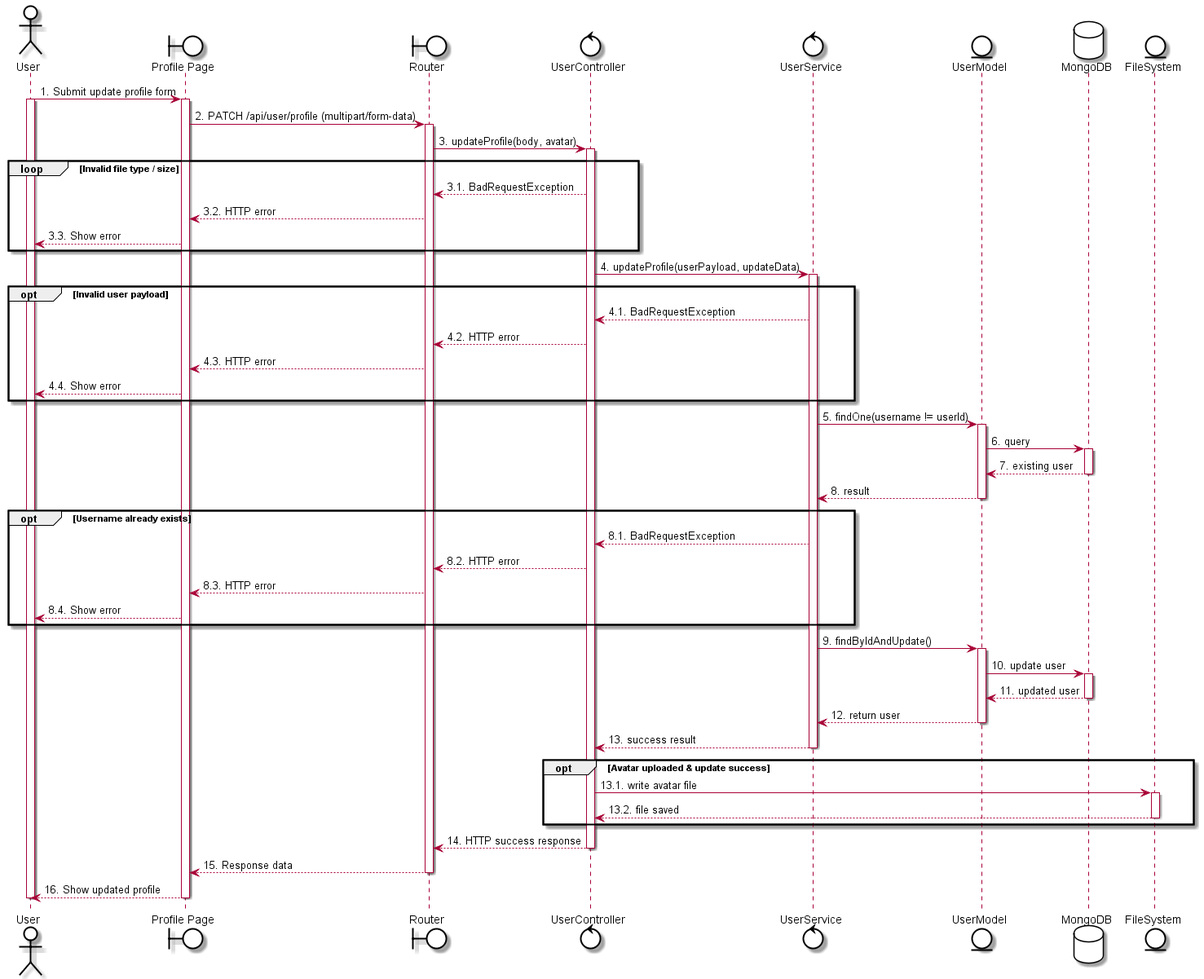
The PlantUML diagram out/uc12 - Update Profile/uc12 - Update Profile.png in LGK1412/sequence_sep490_01, before a commit.
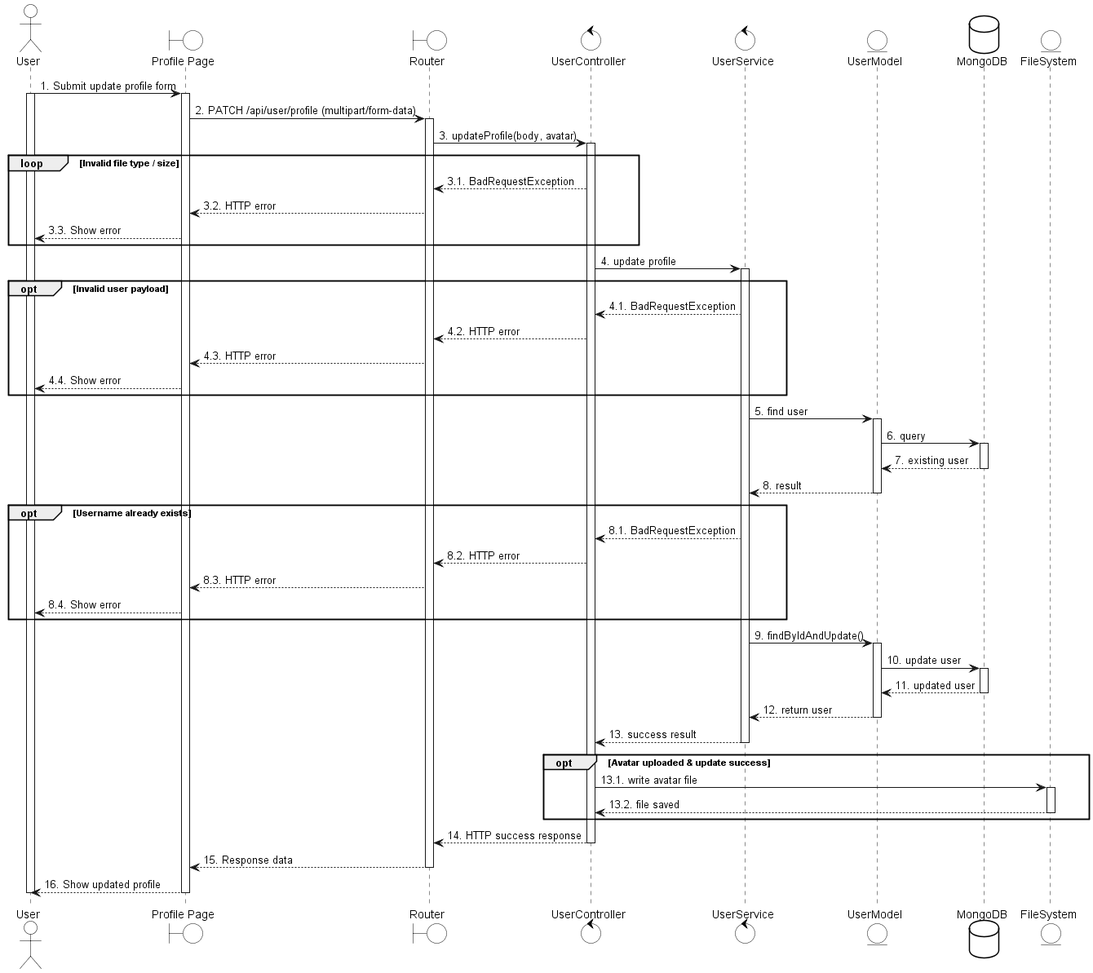
After the change.

What changed in the source:
```diff
@@ -37,7 +37,7 @@
   UI --> User: 3.3. Show error
 end
 
-UserController -> UserService: 4. updateProfile(userPayload, updateData)
+UserController -> UserService: 4. update profile
 activate UserService
 
 opt Invalid user payload
@@ -47,7 +47,7 @@
   UI --> User: 4.4. Show error
 end
 
-UserService -> UserModel: 5. findOne(username != userId)
+UserService -> UserModel: 5. find user
 activate UserModel
 UserModel -> MongoDB: 6. query
 activate MongoDB
```
